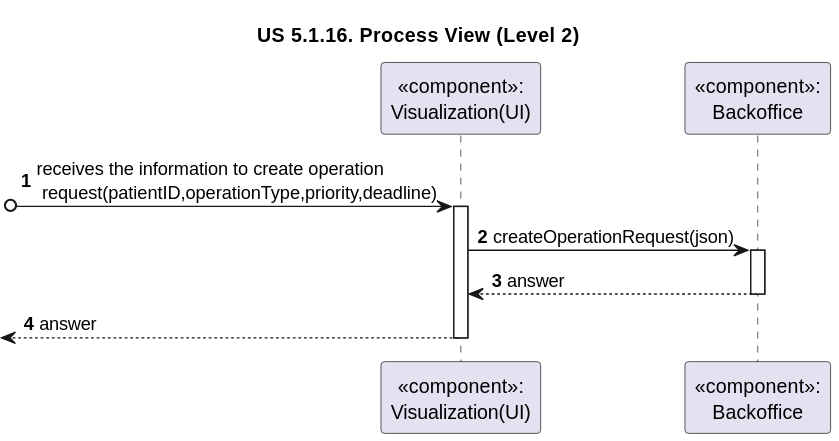
The PlantUML diagram docs/sprint-1/1221933/us-5.1.16/diagrams/n2/process-view-nivel2.svg in rita-barbosa/LAPR5-2425, before a commit.
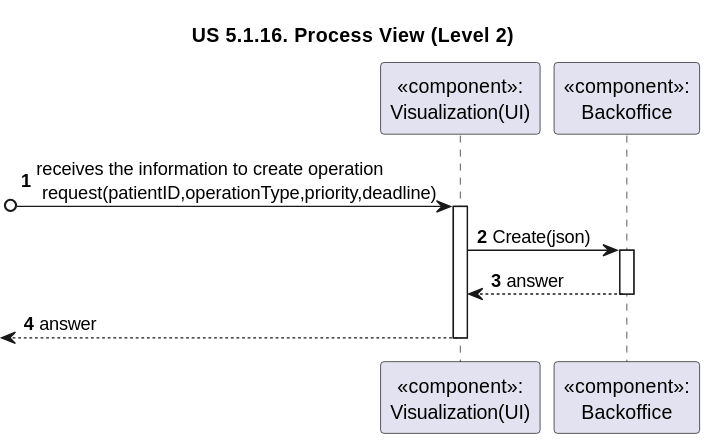
After the commit.

The edit, as a diff of the source:
```diff
@@ -9,7 +9,7 @@
 [o-> UI: receives the information to create operation\n request(patientID,operationType,priority,deadline)
 activate UI
 
-UI -> BACK : createOperationRequest(json)
+UI -> BACK : Create(json)
 activate BACK
 
 BACK --> UI : answer
```
